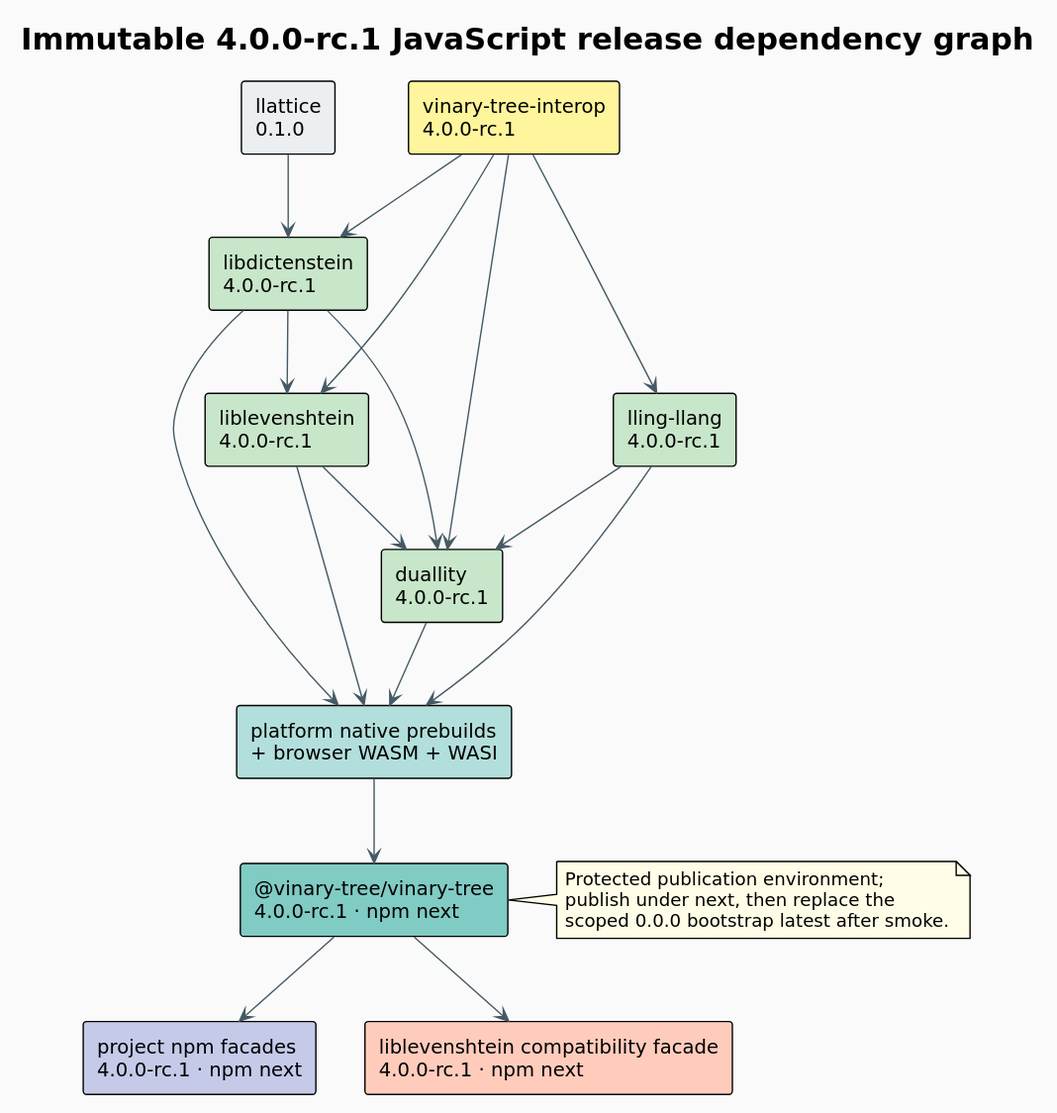
The PlantUML diagram docs/diagrams/release-dependency-graph.svg in vinary-tree/javascript-runtime, before a commit. Its source is kept beside it as docs/diagrams/release-dependency-graph.puml.
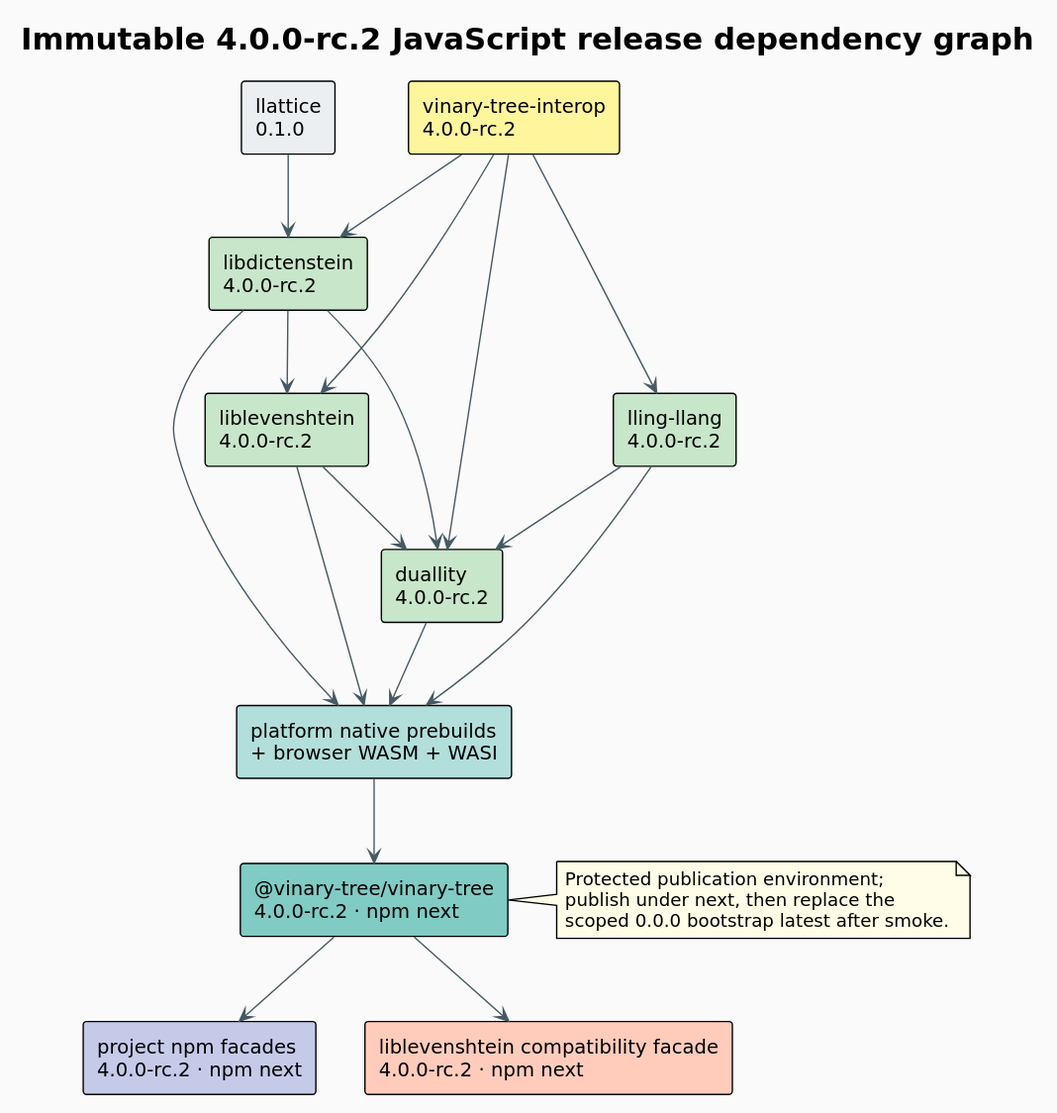
After the change.

Change to the diagram source:
```diff
@@ -4,18 +4,18 @@
 skinparam shadowing false
 skinparam ArrowColor #455A64
 skinparam defaultFontName DejaVu Sans
-title Immutable 4.0.0-rc.1 JavaScript release dependency graph
+title Immutable 4.0.0-rc.2 JavaScript release dependency graph
 
 rectangle "llattice\n0.1.0" as lattice #ECEFF1
-rectangle "vinary-tree-interop\n4.0.0-rc.1" as interop #FFF59D
-rectangle "libdictenstein\n4.0.0-rc.1" as dict #C8E6C9
-rectangle "liblevenshtein\n4.0.0-rc.1" as lev #C8E6C9
-rectangle "lling-llang\n4.0.0-rc.1" as lling #C8E6C9
-rectangle "duallity\n4.0.0-rc.1" as dual #C8E6C9
+rectangle "vinary-tree-interop\n4.0.0-rc.2" as interop #FFF59D
+rectangle "libdictenstein\n4.0.0-rc.2" as dict #C8E6C9
+rectangle "liblevenshtein\n4.0.0-rc.2" as lev #C8E6C9
+rectangle "lling-llang\n4.0.0-rc.2" as lling #C8E6C9
+rectangle "duallity\n4.0.0-rc.2" as dual #C8E6C9
 rectangle "platform native prebuilds\n+ browser WASM + WASI" as artifacts #B2DFDB
-rectangle "@vinary-tree/vinary-tree\n4.0.0-rc.1 · npm next" as runtime #80CBC4
-rectangle "project npm facades\n4.0.0-rc.1 · npm next" as facades #C5CAE9
-rectangle "liblevenshtein compatibility facade\n4.0.0-rc.1 · npm next" as legacy #FFCCBC
+rectangle "@vinary-tree/vinary-tree\n4.0.0-rc.2 · npm next" as runtime #80CBC4
+rectangle "project npm facades\n4.0.0-rc.2 · npm next" as facades #C5CAE9
+rectangle "liblevenshtein compatibility facade\n4.0.0-rc.2 · npm next" as legacy #FFCCBC
 
 lattice --> dict
 interop --> dict
```
